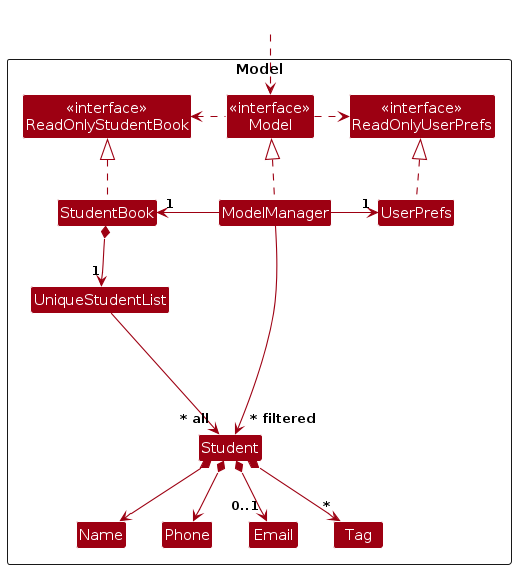
Above: diagrams/ModelClassDiagram.png in jxinnan/tp (PlantUML), before the change. Its source is kept beside it as diagrams/ModelClassDiagram.puml. Its diagram source:
```plantuml
@startuml
!include style.puml
skinparam arrowThickness 1.1
skinparam arrowColor MODEL_COLOR
skinparam classBackgroundColor MODEL_COLOR

Package Model as ModelPackage <<Rectangle>>{
Class "<<interface>>\nReadOnlyStudentBook" as ReadOnlyStudentBook
Class "<<interface>>\nReadOnlyUserPrefs" as ReadOnlyUserPrefs
Class "<<interface>>\nModel" as Model
Class StudentBook
Class ModelManager
Class UserPrefs

Class UniqueStudentList
Class Student
Class Email
Class Name
Class Phone
Class Tag

Class I #FFFFFF
}

Class HiddenOutside #FFFFFF
HiddenOutside ..> Model

StudentBook .up.|> ReadOnlyStudentBook

ModelManager .up.|> Model
Model .right.> ReadOnlyUserPrefs
Model .left.> ReadOnlyStudentBook
ModelManager -left-> "1" StudentBook
ModelManager -right-> "1" UserPrefs
UserPrefs .up.|> ReadOnlyUserPrefs

StudentBook *--> "1" UniqueStudentList
UniqueStudentList --> "~* all" Student
Student *--> Name
Student *--> Phone
Student *--> "0..1" Email
Student *--> "*" Tag

Student -[hidden]up--> I
UniqueStudentList -[hidden]right-> I

Name -[hidden]right-> Phone
Phone -[hidden]right-> Email

ModelManager --> "~* filtered" Student
@enduml
```
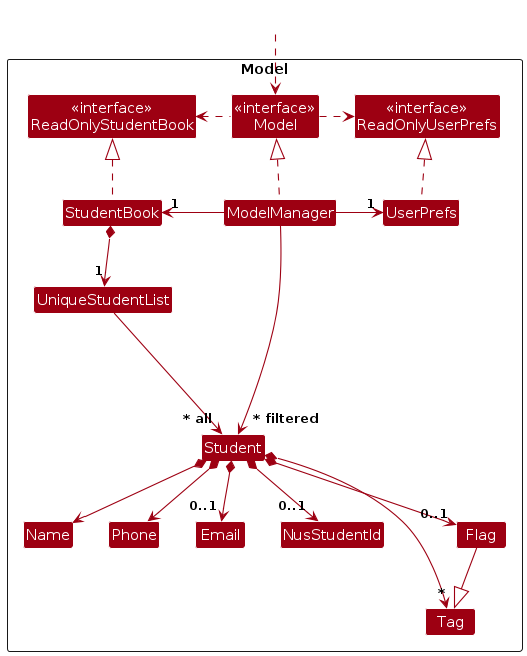
After the commit.

Change to the diagram source:
```diff
@@ -16,8 +16,10 @@
 Class Student
 Class Email
 Class Name
+Class NusStudentId
 Class Phone
 Class Tag
+Class Flag
 
 Class I #FFFFFF
 }
@@ -39,13 +41,17 @@
 Student *--> Name
 Student *--> Phone
 Student *--> "0..1" Email
+Student *--> "0..1" NusStudentId
 Student *--> "*" Tag
+Student *--> "0..1" Flag
+Flag --|> Tag
 
 Student -[hidden]up--> I
 UniqueStudentList -[hidden]right-> I
 
 Name -[hidden]right-> Phone
 Phone -[hidden]right-> Email
+Email -[hidden]right-> NusStudentId
 
 ModelManager --> "~* filtered" Student
 @enduml
```
